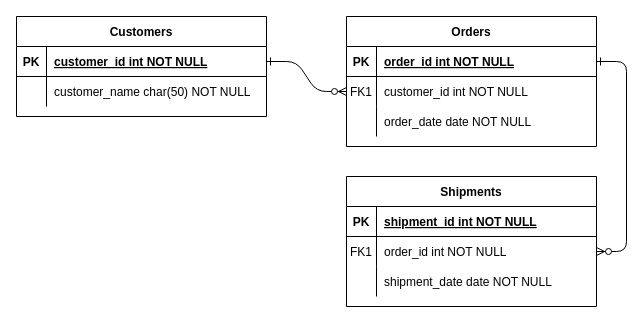
This is Diagramme sans nom.drawio from mdiard-ji/GlobTest, a draw.io file, before an edit. Source tidied: cells renumbered, new cells numbered last; positions are measured from the earlier drawing's top-left corner, leaving out a move shared by most shapes. Both pictures are drawn from the tidied source at 100%, with x=0, y=0 at pixel (16, 16).
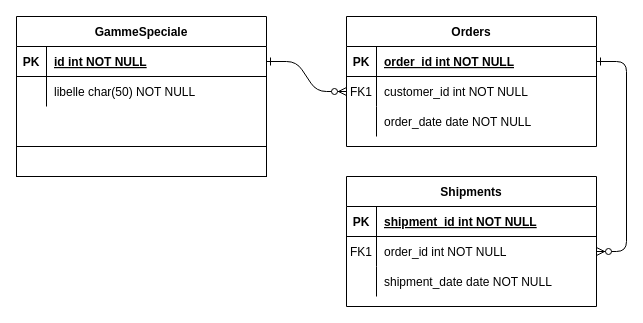
The same diagram, later.

Commit message:
Mettre à jour Diagramme Tarification.drawio

Unchanged cells that the change refers to:
```xml
<mxCell id="25" style="shape=partialRectangle;fillColor=none;points=[[0,0.5],[1,0.5]];portConstraint=eastwest;top=0;left=0;right=0;bottom=1;" parent="24" vertex="1">
  <mxGeometry y="30" width="250" height="30" as="geometry" />
</mxCell>
<mxCell id="28" style="shape=partialRectangle;fillColor=none;top=0;left=0;right=0;bottom=0;" parent="24" vertex="1">
  <mxGeometry y="60" width="250" height="30" as="geometry" />
</mxCell>
```

Change to the diagram source:
```diff
@@
-    <mxCell id="24" value="Customers" style="shape=table;startSize=30;childLayout=tableLayout;rowLines=0;fontStyle=1;align=center;" parent="1" vertex="1">
-      <mxGeometry width="250" height="100" as="geometry" />
+    <mxCell id="24" value="GammeSpeciale" style="shape=table;startSize=30;childLayout=tableLayout;rowLines=0;fontStyle=1;align=center;" parent="1" vertex="1">
+      <mxGeometry width="250" height="130" as="geometry" />
     </mxCell>
@@
-    <mxCell id="27" value="customer_id int NOT NULL " style="shape=partialRectangle;overflow=hidden;fillColor=none;top=0;left=0;bottom=0;right=0;align=left;spacingLeft=6;fontStyle=5;" parent="25" vertex="1">
+    <mxCell id="27" value="id int NOT NULL " style="shape=partialRectangle;overflow=hidden;fillColor=none;top=0;left=0;bottom=0;right=0;align=left;spacingLeft=6;fontStyle=5;" parent="25" vertex="1">
       <mxGeometry x="30" width="220" height="30" as="geometry" />
     </mxCell>
@@
-    <mxCell id="30" value="customer_name char(50) NOT NULL" style="shape=partialRectangle;overflow=hidden;fillColor=none;top=0;left=0;bottom=0;right=0;align=left;spacingLeft=6;" parent="28" vertex="1">
+    <mxCell id="30" value="libelle char(50) NOT NULL" style="shape=partialRectangle;overflow=hidden;fillColor=none;top=0;left=0;bottom=0;right=0;align=left;spacingLeft=6;" parent="28" vertex="1">
       <mxGeometry x="30" width="220" height="30" as="geometry" />
     </mxCell>
+    <mxCell id="31" style="rounded=0;whiteSpace=wrap;html=1;fillColor=none;" parent="1" vertex="1">
+      <mxGeometry y="130" width="250" height="30" as="geometry" />
+    </mxCell>
```
